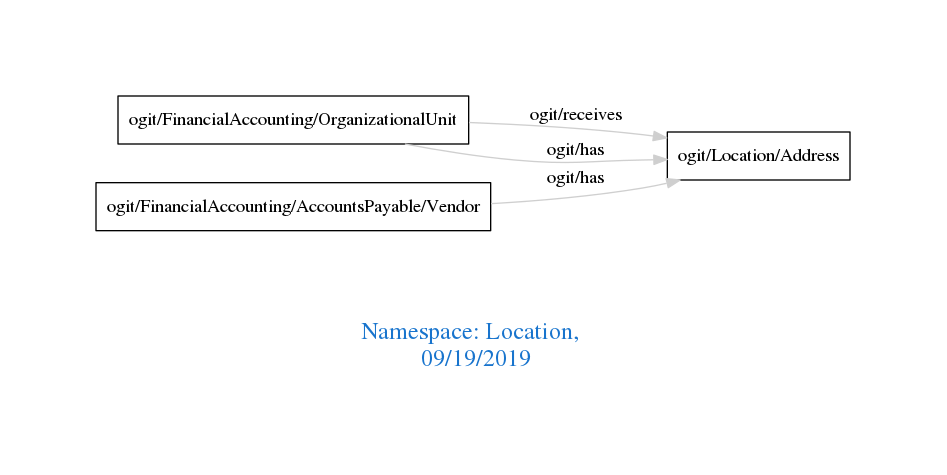
The Graphviz diagram downloads/Location.png in arago/OGIT, before a commit. Its source is kept beside it as downloads/Location.dot. Source of this version:
```dot
digraph OGIT_ontology {
 graph [ rankdir= LR,pad=1
fontsize = 18,
fontcolor= dodgerblue3,label = "\n\n\nNamespace: Location, \n 09/19/2019"];
node[shape=polygon];
edge [  color="gray81"];

   "ogit/FinancialAccounting/OrganizationalUnit" -> "ogit/Location/Address" [label="   ogit/receives    "];
   "ogit/FinancialAccounting/AccountsPayable/Vendor" -> "ogit/Location/Address" [label="   ogit/has    "];
   "ogit/FinancialAccounting/OrganizationalUnit" -> "ogit/Location/Address" [label="   ogit/has    "];
}
```
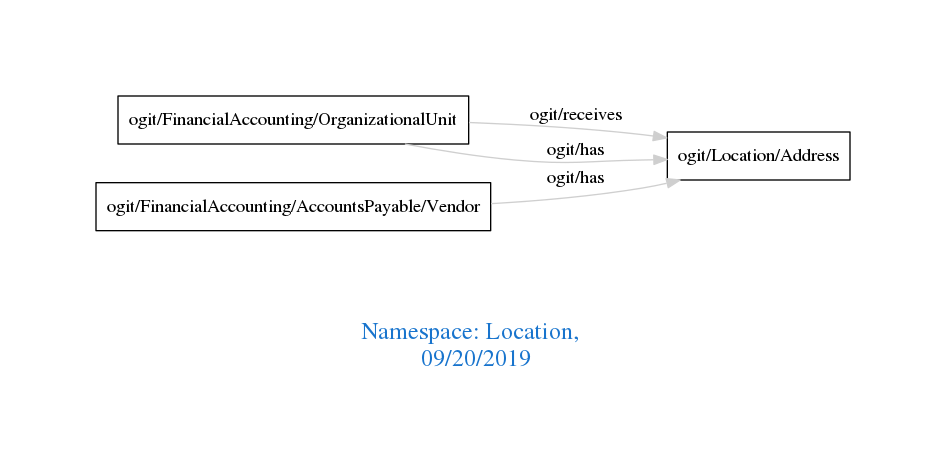
The same diagram one commit later.

The edit, as a diff of the source:
```diff
@@ -1,7 +1,7 @@
 digraph OGIT_ontology {
  graph [ rankdir= LR,pad=1
 fontsize = 18,
-fontcolor= dodgerblue3,label = "\n\n\nNamespace: Location, \n 09/19/2019"];
+fontcolor= dodgerblue3,label = "\n\n\nNamespace: Location, \n 09/20/2019"];
 node[shape=polygon];
 edge [  color="gray81"];
 
```
